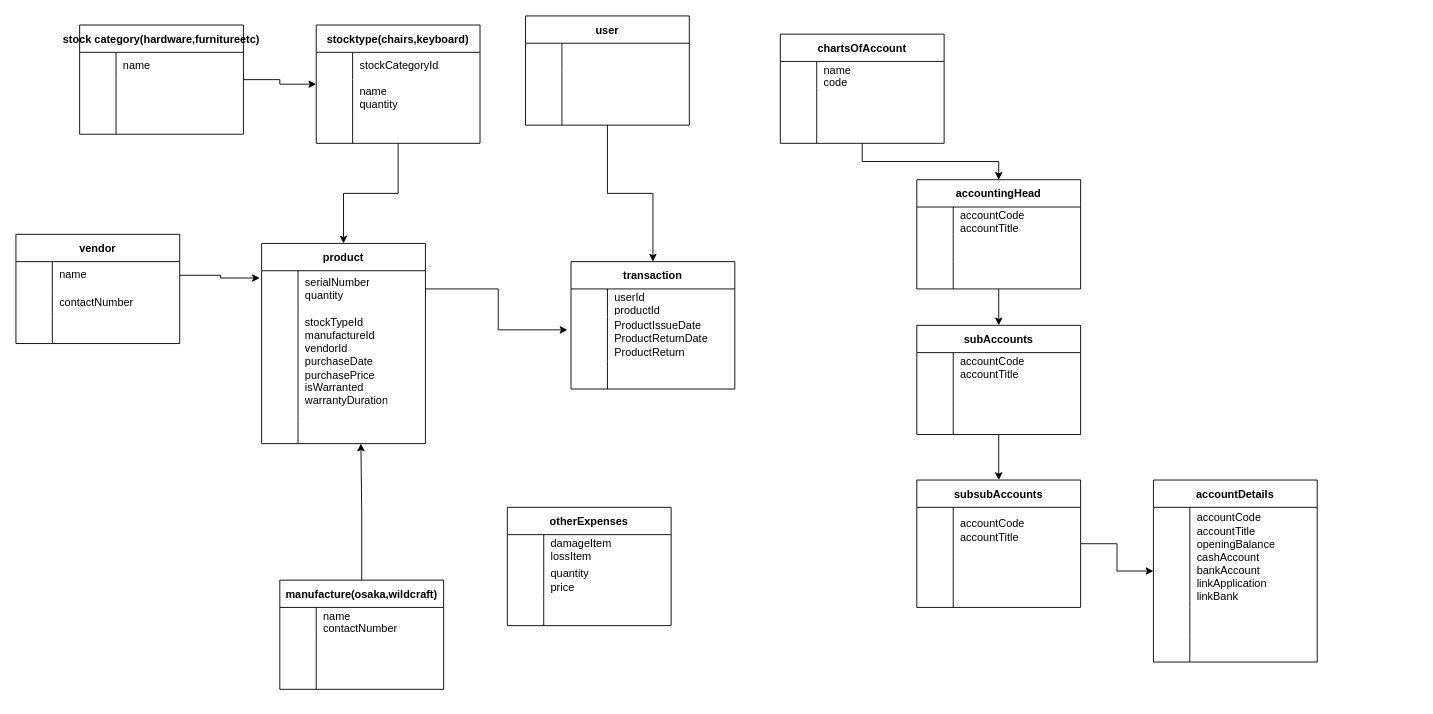
Above: recievable.drawio in zaryabali786/erdDiagram (draw.io), before the change. Source tidied: cells renumbered, new cells numbered last; positions are measured from the earlier drawing's top-left corner, leaving out a move shared by most shapes. Both pictures are drawn from the tidied source at 91%, with x=0, y=0 at pixel (15, 15).
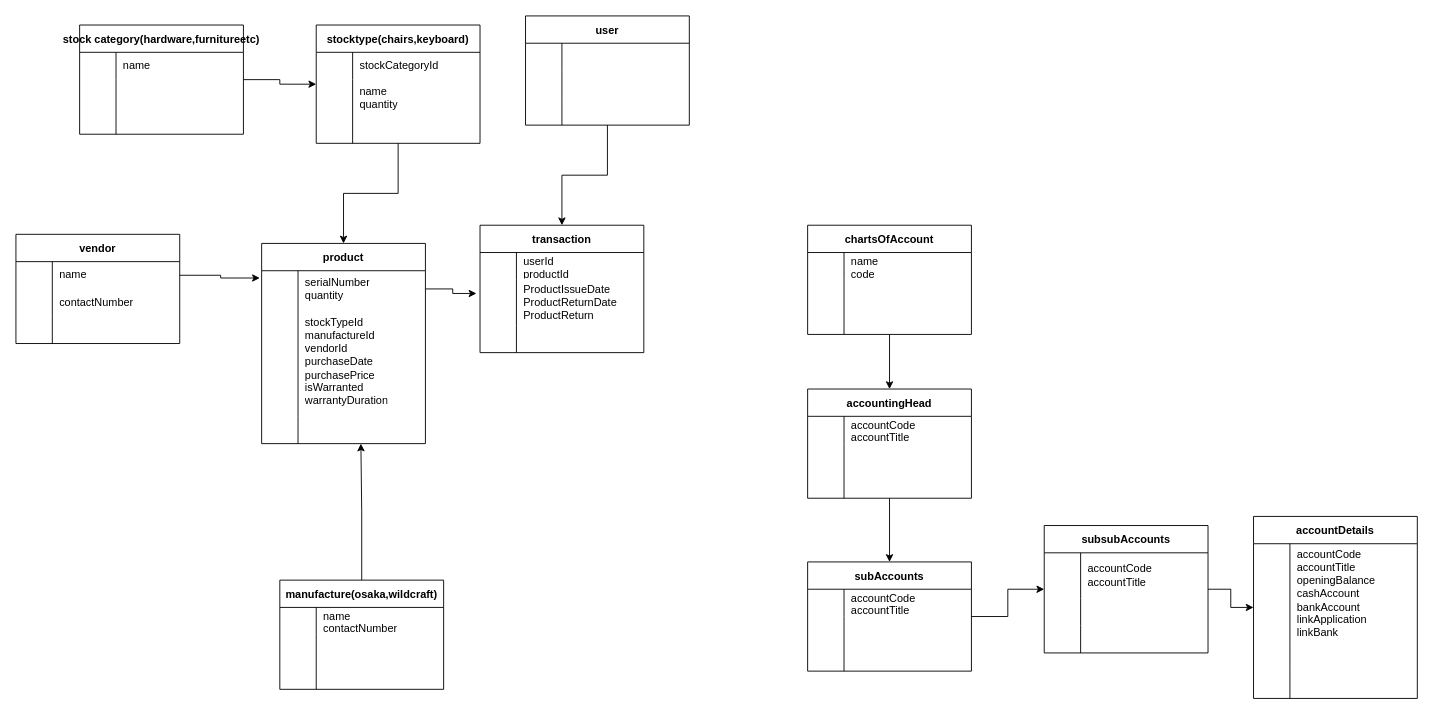
Above is the later version.

The edit, as a diff of the source:
```diff
@@
     <mxCell id="55" value="transaction" style="shape=table;startSize=30;childLayout=tableLayout;rowLines=0;fontStyle=1;" parent="1" vertex="1">
-      <mxGeometry x="610" y="270" width="180" height="140" as="geometry" />
+      <mxGeometry x="510" y="230" width="180" height="140" as="geometry" />
     </mxCell>
@@
-    <mxCell id="78" value="otherExpenses" style="shape=table;startSize=30;childLayout=tableLayout;rowLines=0;fontStyle=1;" parent="1" vertex="1">
-      <mxGeometry x="540" y="540" width="180" height="130" as="geometry" />
-    </mxCell>
-    <mxCell id="79" style="shape=tableRow;horizontal=0;startSize=0;swimlaneHead=0;swimlaneBody=0;top=0;left=0;bottom=0;right=0;fillColor=none;" parent="78" vertex="1">
-      <mxGeometry y="30" width="180" height="30" as="geometry" />
-    </mxCell>
-    <mxCell id="80" style="shape=partialRectangle;html=1;whiteSpace=wrap;fillColor=none;top=0;left=0;bottom=0;right=0;overflow=hidden;" parent="79" vertex="1">
-      <mxGeometry width="40" height="30" as="geometry" />
-    </mxCell>
-    <mxCell id="81" value="damageItem&lt;br&gt;lossItem" style="shape=partialRectangle;html=1;whiteSpace=wrap;fillColor=none;top=0;left=0;bottom=0;right=0;align=left;spacingLeft=6;overflow=hidden;" parent="79" vertex="1">
-      <mxGeometry x="40" width="140" height="30" as="geometry" />
-    </mxCell>
-    <mxCell id="82" style="shape=tableRow;horizontal=0;startSize=0;swimlaneHead=0;swimlaneBody=0;top=0;left=0;bottom=0;right=0;fillColor=none;" parent="78" vertex="1">
-      <mxGeometry y="60" width="180" height="40" as="geometry" />
-    </mxCell>
-    <mxCell id="83" style="shape=partialRectangle;html=1;whiteSpace=wrap;fillColor=none;top=0;left=0;bottom=0;right=0;overflow=hidden;" parent="82" vertex="1">
-      <mxGeometry width="40" height="40" as="geometry" />
-    </mxCell>
-    <mxCell id="84" value="quantity&lt;br&gt;price" style="shape=partialRectangle;html=1;whiteSpace=wrap;fillColor=none;top=0;left=0;bottom=0;right=0;align=left;spacingLeft=6;overflow=hidden;" parent="82" vertex="1">
-      <mxGeometry x="40" width="140" height="40" as="geometry" />
-    </mxCell>
-    <mxCell id="85" style="shape=tableRow;horizontal=0;startSize=0;swimlaneHead=0;swimlaneBody=0;top=0;left=0;bottom=0;right=0;fillColor=none;" parent="78" vertex="1">
-      <mxGeometry y="100" width="180" height="30" as="geometry" />
-    </mxCell>
-    <mxCell id="86" style="shape=partialRectangle;html=1;whiteSpace=wrap;fillColor=none;top=0;left=0;bottom=0;right=0;overflow=hidden;" parent="85" vertex="1">
-      <mxGeometry width="40" height="30" as="geometry" />
-    </mxCell>
-    <mxCell id="87" style="shape=partialRectangle;html=1;whiteSpace=wrap;fillColor=none;top=0;left=0;bottom=0;right=0;align=left;spacingLeft=6;overflow=hidden;" parent="85" vertex="1">
-      <mxGeometry x="40" width="140" height="30" as="geometry" />
-    </mxCell>
@@
     <mxCell id="89" value="chartsOfAccount" style="shape=table;startSize=30;childLayout=tableLayout;rowLines=0;fontStyle=1;" parent="1" vertex="1">
-      <mxGeometry x="840" y="20" width="180" height="120" as="geometry" />
+      <mxGeometry x="870" y="230" width="180" height="120" as="geometry" />
     </mxCell>
@@
     <mxCell id="100" value="accountingHead" style="shape=table;startSize=30;childLayout=tableLayout;rowLines=0;fontStyle=1;" parent="1" vertex="1">
-      <mxGeometry x="990" y="180" width="180" height="120" as="geometry" />
+      <mxGeometry x="870" y="410" width="180" height="120" as="geometry" />
     </mxCell>
@@
     <mxCell id="111" value="subAccounts" style="shape=table;startSize=30;childLayout=tableLayout;rowLines=0;fontStyle=1;" parent="1" vertex="1">
-      <mxGeometry x="990" y="340" width="180" height="120" as="geometry" />
+      <mxGeometry x="870" y="600" width="180" height="120" as="geometry" />
     </mxCell>
@@
     <mxCell id="122" value="subsubAccounts" style="shape=table;startSize=30;childLayout=tableLayout;rowLines=0;fontStyle=1;" parent="1" vertex="1">
-      <mxGeometry x="990" y="510" width="180" height="140" as="geometry" />
+      <mxGeometry x="1130" y="560" width="180" height="140" as="geometry" />
     </mxCell>
@@
     <mxCell id="132" value="accountDetails" style="shape=table;startSize=30;childLayout=tableLayout;rowLines=0;fontStyle=1;" parent="1" vertex="1">
-      <mxGeometry x="1250" y="510" width="180" height="200" as="geometry" />
+      <mxGeometry x="1360" y="550" width="180" height="200" as="geometry" />
     </mxCell>
```
